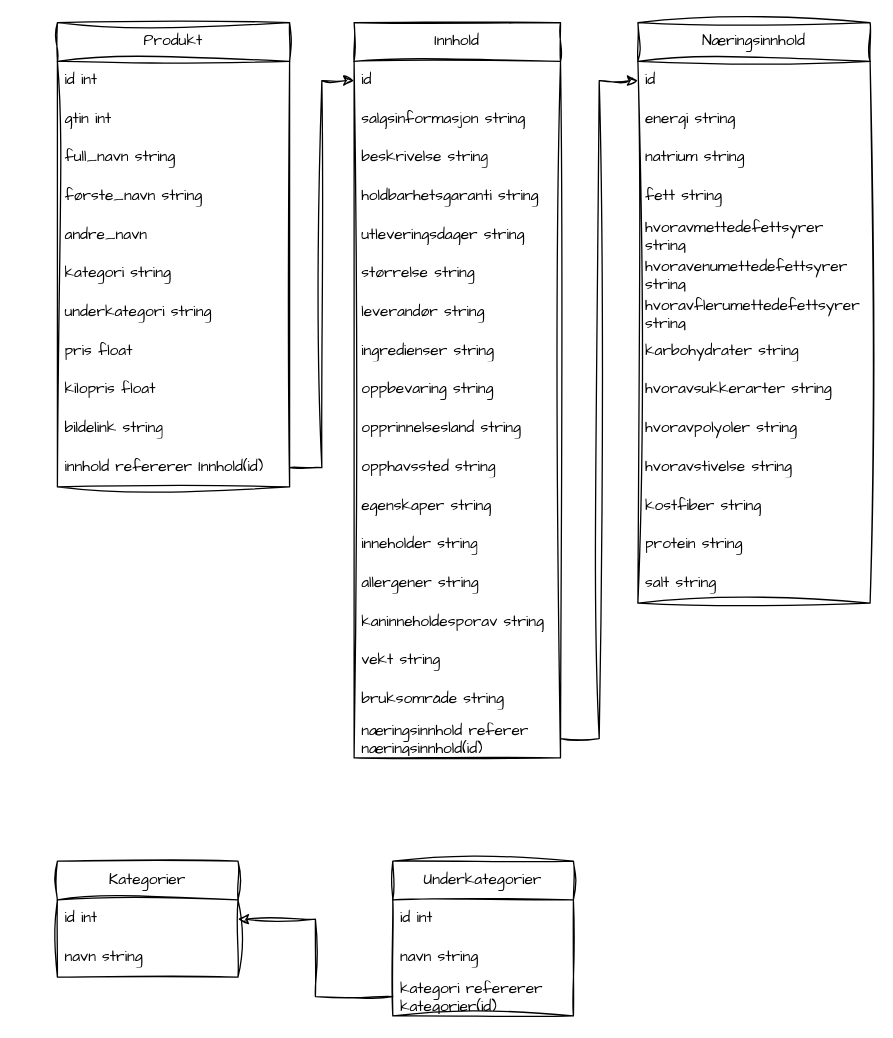
This is handlelapp-database.drawio from korneliushen/handlel.app, a draw.io file, before an edit. Source tidied: cells renumbered, new cells numbered last; positions are measured from the earlier drawing's top-left corner, leaving out a move shared by most shapes. Both pictures are drawn from the tidied source at 129%, with x=0, y=0 at pixel (57, 22).
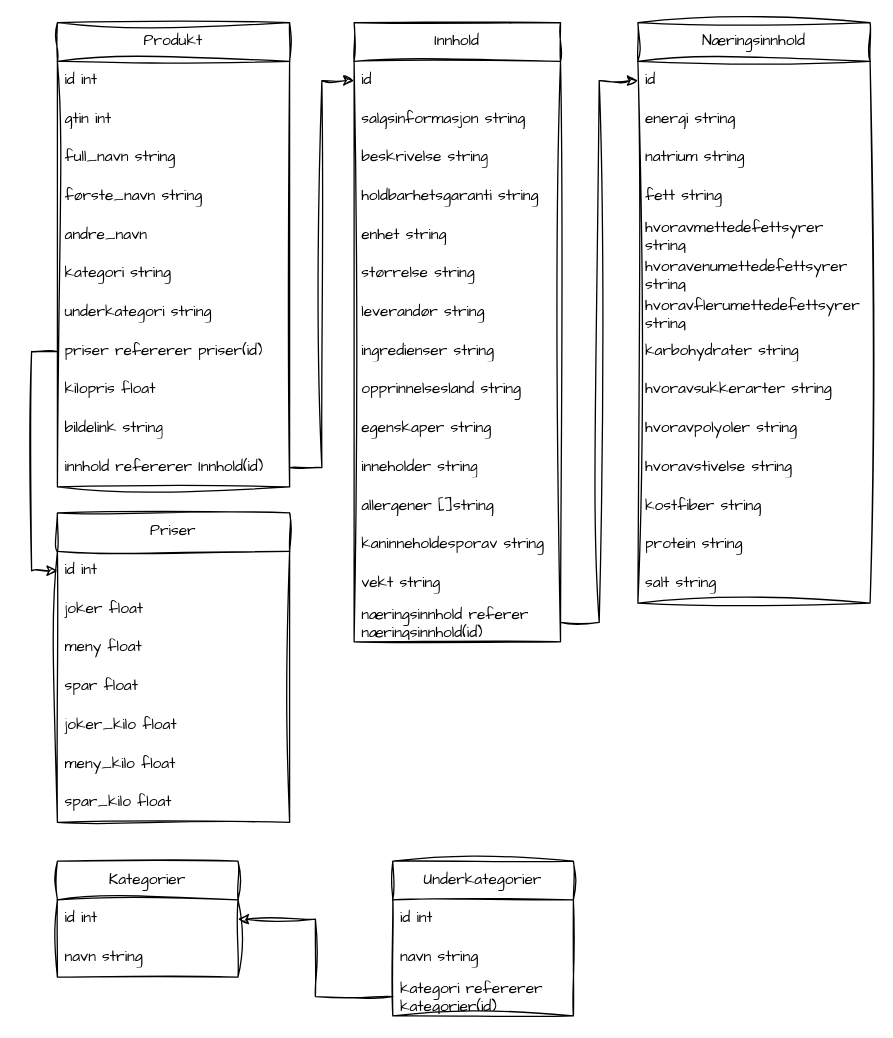
Above is the later version.

The change refers to these unchanged cells:
```xml
<mxCell id="2" value="Produkt" style="swimlane;fontStyle=0;horizontal=1;startSize=30;whiteSpace=wrap;html=1;sketch=1;hachureGap=4;jiggle=2;curveFitting=1;fontFamily=Architects Daughter;" parent="1" vertex="1">
  <mxGeometry width="180" height="360" as="geometry" />
</mxCell>
```

Diff of the diagram source:
```diff
@@
-    <mxCell id="10" value="pris float" style="text;strokeColor=none;fillColor=none;align=left;verticalAlign=middle;spacingLeft=4;spacingRight=4;overflow=hidden;points=[[0,0.5],[1,0.5]];portConstraint=eastwest;whiteSpace=wrap;html=1;fontFamily=Architects Daughter;" parent="2" vertex="1">
+    <mxCell id="10" value="priser refererer priser(id)" style="text;strokeColor=none;fillColor=none;align=left;verticalAlign=middle;spacingLeft=4;spacingRight=4;overflow=hidden;points=[[0,0.5],[1,0.5]];portConstraint=eastwest;whiteSpace=wrap;html=1;fontFamily=Architects Daughter;" parent="2" vertex="1">
       <mxGeometry y="240" width="180" height="30" as="geometry" />
     </mxCell>
@@
     <mxCell id="14" value="Innhold" style="swimlane;fontStyle=0;horizontal=1;startSize=30;whiteSpace=wrap;html=1;sketch=1;hachureGap=4;jiggle=2;curveFitting=1;fontFamily=Architects Daughter;" parent="1" vertex="1">
-      <mxGeometry x="230" width="160" height="570" as="geometry" />
+      <mxGeometry x="230" width="160" height="480" as="geometry" />
     </mxCell>
@@
-    <mxCell id="19" value="utleveringsdager string" style="text;strokeColor=none;fillColor=none;align=left;verticalAlign=middle;spacingLeft=4;spacingRight=4;overflow=hidden;whiteSpace=wrap;html=1;fontFamily=Architects Daughter;" parent="14" vertex="1">
+    <mxCell id="19" value="enhet string" style="text;strokeColor=none;fillColor=none;align=left;verticalAlign=middle;spacingLeft=4;spacingRight=4;overflow=hidden;whiteSpace=wrap;html=1;fontFamily=Architects Daughter;" parent="14" vertex="1">
       <mxGeometry y="150" width="160" height="30" as="geometry" />
     </mxCell>
@@
-    <mxCell id="23" value="oppbevaring string" style="text;strokeColor=none;fillColor=none;align=left;verticalAlign=middle;spacingLeft=4;spacingRight=4;overflow=hidden;whiteSpace=wrap;html=1;fontFamily=Architects Daughter;" parent="14" vertex="1">
-      <mxGeometry y="270" width="160" height="30" as="geometry" />
-    </mxCell>
     <mxCell id="24" value="opprinnelsesland string" style="text;strokeColor=none;fillColor=none;align=left;verticalAlign=middle;spacingLeft=4;spacingRight=4;overflow=hidden;whiteSpace=wrap;html=1;fontFamily=Architects Daughter;" parent="14" vertex="1">
-      <mxGeometry y="300" width="160" height="30" as="geometry" />
+      <mxGeometry y="270" width="160" height="30" as="geometry" />
     </mxCell>
-    <mxCell id="25" value="opphavssted string" style="text;strokeColor=none;fillColor=none;align=left;verticalAlign=middle;spacingLeft=4;spacingRight=4;overflow=hidden;whiteSpace=wrap;html=1;fontFamily=Architects Daughter;" parent="14" vertex="1">
-      <mxGeometry y="330" width="160" height="30" as="geometry" />
-    </mxCell>
     <mxCell id="26" value="egenskaper string" style="text;strokeColor=none;fillColor=none;align=left;verticalAlign=middle;spacingLeft=4;spacingRight=4;overflow=hidden;whiteSpace=wrap;html=1;fontFamily=Architects Daughter;" parent="14" vertex="1">
-      <mxGeometry y="360" width="160" height="30" as="geometry" />
+      <mxGeometry y="300" width="160" height="30" as="geometry" />
     </mxCell>
     <mxCell id="27" value="inneholder string" style="text;strokeColor=none;fillColor=none;align=left;verticalAlign=middle;spacingLeft=4;spacingRight=4;overflow=hidden;whiteSpace=wrap;html=1;fontFamily=Architects Daughter;" parent="14" vertex="1">
-      <mxGeometry y="390" width="160" height="30" as="geometry" />
+      <mxGeometry y="330" width="160" height="30" as="geometry" />
     </mxCell>
-    <mxCell id="28" value="allergener string" style="text;strokeColor=none;fillColor=none;align=left;verticalAlign=middle;spacingLeft=4;spacingRight=4;overflow=hidden;whiteSpace=wrap;html=1;fontFamily=Architects Daughter;" parent="14" vertex="1">
-      <mxGeometry y="420" width="160" height="30" as="geometry" />
+    <mxCell id="28" value="allergener []string" style="text;strokeColor=none;fillColor=none;align=left;verticalAlign=middle;spacingLeft=4;spacingRight=4;overflow=hidden;whiteSpace=wrap;html=1;fontFamily=Architects Daughter;" parent="14" vertex="1">
+      <mxGeometry y="360" width="160" height="30" as="geometry" />
     </mxCell>
     <mxCell id="29" value="kaninneholdesporav string" style="text;strokeColor=none;fillColor=none;align=left;verticalAlign=middle;spacingLeft=4;spacingRight=4;overflow=hidden;whiteSpace=wrap;html=1;fontFamily=Architects Daughter;" parent="14" vertex="1">
-      <mxGeometry y="450" width="160" height="30" as="geometry" />
+      <mxGeometry y="390" width="160" height="30" as="geometry" />
     </mxCell>
     <mxCell id="30" value="vekt string" style="text;strokeColor=none;fillColor=none;align=left;verticalAlign=middle;spacingLeft=4;spacingRight=4;overflow=hidden;whiteSpace=wrap;html=1;fontFamily=Architects Daughter;" parent="14" vertex="1">
-      <mxGeometry y="480" width="160" height="30" as="geometry" />
+      <mxGeometry y="420" width="160" height="30" as="geometry" />
     </mxCell>
-    <mxCell id="31" value="bruksområde string" style="text;strokeColor=none;fillColor=none;align=left;verticalAlign=middle;spacingLeft=4;spacingRight=4;overflow=hidden;whiteSpace=wrap;html=1;fontFamily=Architects Daughter;" parent="14" vertex="1">
-      <mxGeometry y="510" width="160" height="30" as="geometry" />
-    </mxCell>
     <mxCell id="32" value="næringsinnhold referer næringsinnhold(id)" style="text;strokeColor=none;fillColor=none;align=left;verticalAlign=middle;spacingLeft=4;spacingRight=4;overflow=hidden;points=[[0,0.5],[1,0.5]];portConstraint=eastwest;whiteSpace=wrap;html=1;fontFamily=Architects Daughter;" parent="14" vertex="1">
-      <mxGeometry y="540" width="160" height="30" as="geometry" />
+      <mxGeometry y="450" width="160" height="30" as="geometry" />
     </mxCell>
@@
+    <mxCell id="58" value="Priser" style="swimlane;fontStyle=0;horizontal=1;startSize=30;whiteSpace=wrap;html=1;sketch=1;hachureGap=4;jiggle=2;curveFitting=1;fontFamily=Architects Daughter;" parent="1" vertex="1">
+      <mxGeometry y="380" width="180" height="240" as="geometry" />
+    </mxCell>
+    <mxCell id="59" value="id int" style="text;strokeColor=none;fillColor=none;align=left;verticalAlign=middle;spacingLeft=4;spacingRight=4;overflow=hidden;points=[[0,0.5],[1,0.5]];portConstraint=eastwest;whiteSpace=wrap;html=1;fontFamily=Architects Daughter;" parent="58" vertex="1">
+      <mxGeometry y="30" width="180" height="30" as="geometry" />
+    </mxCell>
+    <mxCell id="60" value="joker float" style="text;strokeColor=none;fillColor=none;align=left;verticalAlign=middle;spacingLeft=4;spacingRight=4;overflow=hidden;whiteSpace=wrap;html=1;fontFamily=Architects Daughter;" parent="58" vertex="1">
+      <mxGeometry y="60" width="180" height="30" as="geometry" />
+    </mxCell>
+    <mxCell id="61" value="meny float" style="text;strokeColor=none;fillColor=none;align=left;verticalAlign=middle;spacingLeft=4;spacingRight=4;overflow=hidden;whiteSpace=wrap;html=1;fontFamily=Architects Daughter;" parent="58" vertex="1">
+      <mxGeometry y="90" width="180" height="30" as="geometry" />
+    </mxCell>
+    <mxCell id="62" value="spar float" style="text;strokeColor=none;fillColor=none;align=left;verticalAlign=middle;spacingLeft=4;spacingRight=4;overflow=hidden;whiteSpace=wrap;html=1;fontFamily=Architects Daughter;" parent="58" vertex="1">
+      <mxGeometry y="120" width="180" height="30" as="geometry" />
+    </mxCell>
+    <mxCell id="63" value="joker_kilo float" style="text;strokeColor=none;fillColor=none;align=left;verticalAlign=middle;spacingLeft=4;spacingRight=4;overflow=hidden;whiteSpace=wrap;html=1;fontFamily=Architects Daughter;" parent="58" vertex="1">
+      <mxGeometry y="150" width="180" height="30" as="geometry" />
+    </mxCell>
+    <mxCell id="64" value="meny_kilo float" style="text;strokeColor=none;fillColor=none;align=left;verticalAlign=middle;spacingLeft=4;spacingRight=4;overflow=hidden;whiteSpace=wrap;html=1;fontFamily=Architects Daughter;" parent="58" vertex="1">
+      <mxGeometry y="180" width="180" height="30" as="geometry" />
+    </mxCell>
+    <mxCell id="65" value="spar_kilo float" style="text;strokeColor=none;fillColor=none;align=left;verticalAlign=middle;spacingLeft=4;spacingRight=4;overflow=hidden;whiteSpace=wrap;html=1;fontFamily=Architects Daughter;" parent="58" vertex="1">
+      <mxGeometry y="210" width="180" height="30" as="geometry" />
+    </mxCell>
+    <mxCell id="66" style="edgeStyle=orthogonalEdgeStyle;rounded=0;sketch=1;hachureGap=4;jiggle=2;curveFitting=1;jettySize=auto;html=1;entryX=0;entryY=0.5;entryDx=0;entryDy=0;fontFamily=Architects Daughter;" parent="1" edge="1" source="10" target="59">
+      <mxGeometry relative="1" as="geometry" />
+    </mxCell>
```
